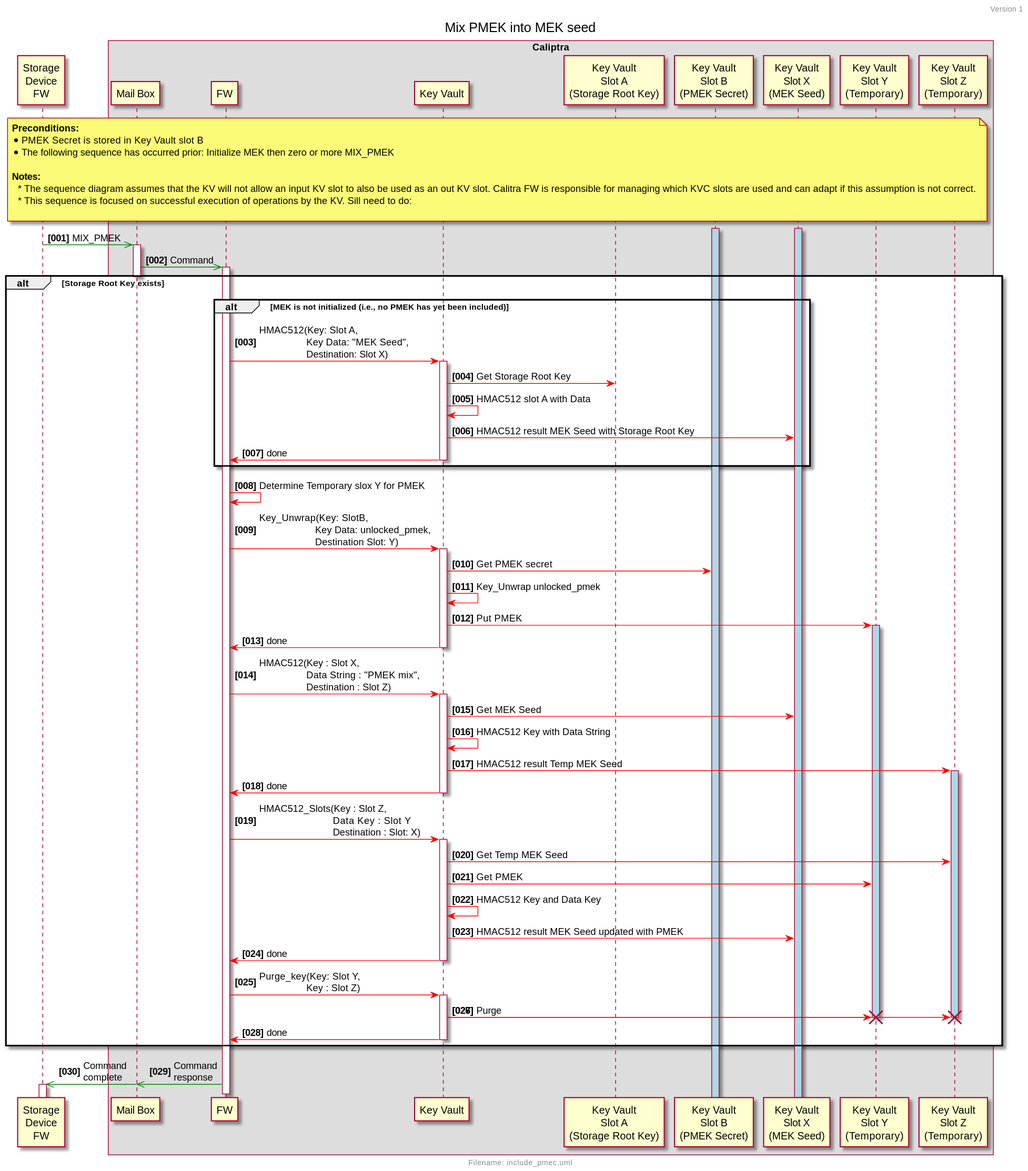
The PlantUML diagram doc/ocp_lock/diagrams/include_pmec.svg in chipsalliance/Caliptra, before a commit.
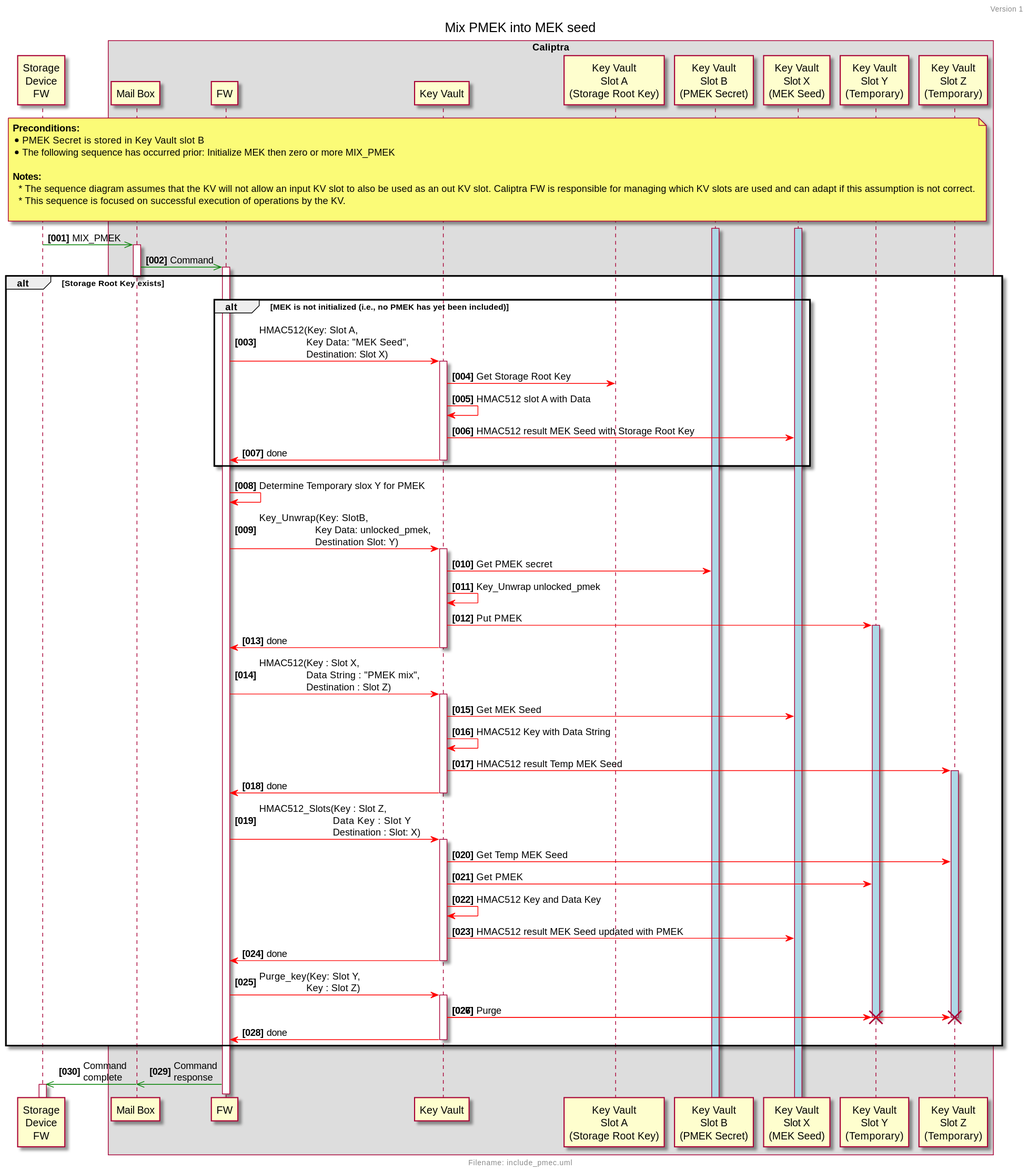
After the commit.

Change to the diagram source:
```diff
@@ -13,8 +13,8 @@
         * The following sequence has occurred prior: Initialize MEK then zero or more MIX_PMEK
 
         <b>Notes:</b>
-          * The sequence diagram assumes that the KV will not allow an input KV slot to also be used as an out KV slot. Calitra FW is responsible for managing which KVC slots are used and can adapt if this assumption is not correct.
-          * This sequence is focused on successful execution of operations by the KV. Sill need to do:
+          * The sequence diagram assumes that the KV will not allow an input KV slot to also be used as an out KV slot. Caliptra FW is responsible for managing which KV slots are used and can adapt if this assumption is not correct.
+          * This sequence is focused on successful execution of operations by the KV.
 
     end note
 !endif
```
